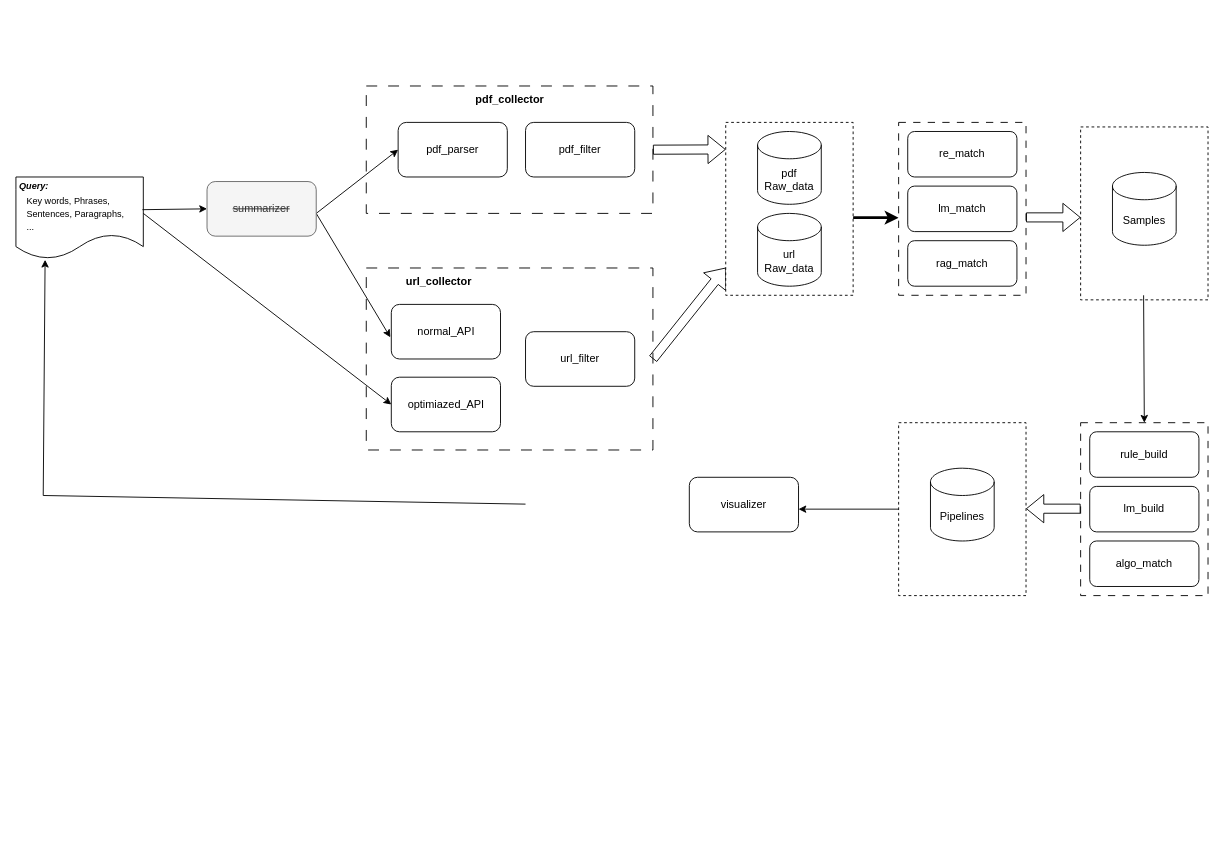
AgenticFinLab/FinMycelium keeps this draw.io diagram as docs/files/data-pipeline.drawio. Above is the earlier version. Source tidied: cells renumbered, new cells numbered last; positions are measured from the earlier drawing's top-left corner, leaving out a move shared by most shapes. Both pictures are drawn from the tidied source at 91%, with x=0, y=0 at pixel (15, 86).
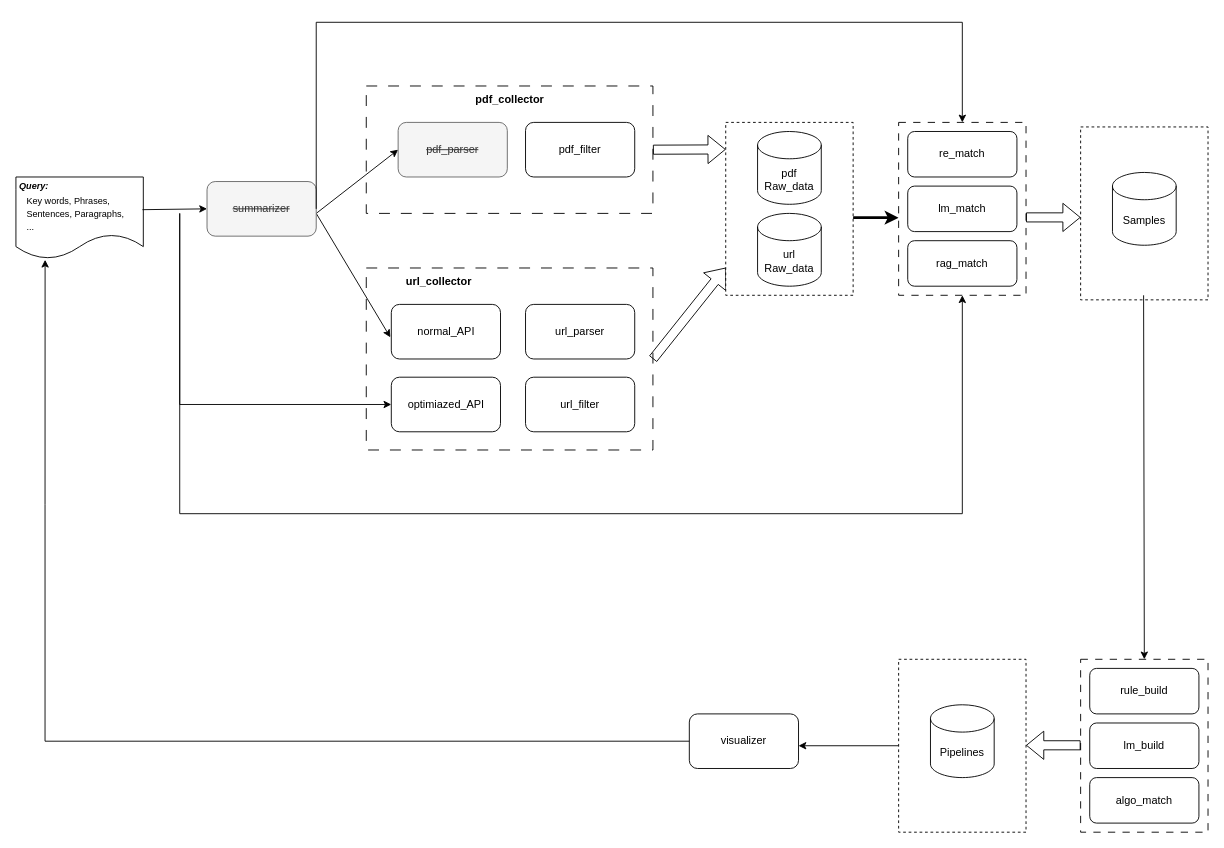
The same diagram, later.

Unchanged cells that the change refers to:
```xml
<mxCell id="4" style="shape=document;whiteSpace=wrap;html=1;boundedLbl=1;" parent="1" vertex="1">
  <mxGeometry y="100" width="140" height="90" as="geometry" />
</mxCell>
<mxCell id="17" style="rounded=0;whiteSpace=wrap;html=1;dashed=1;dashPattern=8 8;" parent="1" vertex="1">
  <mxGeometry x="970" y="40" width="140" height="190" as="geometry" />
</mxCell>
<mxCell id="35" value="&lt;strike&gt;summarizer&lt;/strike&gt;" style="rounded=1;whiteSpace=wrap;html=1;fillColor=#f5f5f5;fontColor=#333333;strokeColor=#666666;" parent="1" vertex="1">
  <mxGeometry x="210" y="105" width="120" height="60" as="geometry" />
</mxCell>
<mxCell id="40" value="optimiazed_API" style="rounded=1;whiteSpace=wrap;html=1;" parent="1" vertex="1">
  <mxGeometry x="412.5" y="320" width="120" height="60" as="geometry" />
</mxCell>
```

What changed in the source:
```diff
@@
-    <mxCell id="8" value="pdf_parser" style="rounded=1;whiteSpace=wrap;html=1;" parent="1" vertex="1">
+    <mxCell id="8" value="&lt;strike&gt;pdf_parser&lt;/strike&gt;" style="rounded=1;whiteSpace=wrap;html=1;fillColor=#f5f5f5;fontColor=#333333;strokeColor=#666666;" parent="1" vertex="1">
       <mxGeometry x="420" y="40" width="120" height="60" as="geometry" />
     </mxCell>
@@
     <mxCell id="24" style="rounded=0;whiteSpace=wrap;html=1;dashed=1;dashPattern=8 8;" parent="1" vertex="1">
-      <mxGeometry x="1170" y="370" width="140" height="190" as="geometry" />
+      <mxGeometry x="1170" y="630" width="140" height="190" as="geometry" />
     </mxCell>
     <mxCell id="25" value="rule_build" style="rounded=1;whiteSpace=wrap;html=1;" parent="1" vertex="1">
-      <mxGeometry x="1180" y="380" width="120" height="50" as="geometry" />
+      <mxGeometry x="1180" y="640" width="120" height="50" as="geometry" />
     </mxCell>
     <mxCell id="26" value="lm_build" style="rounded=1;whiteSpace=wrap;html=1;" parent="1" vertex="1">
-      <mxGeometry x="1180" y="440" width="120" height="50" as="geometry" />
+      <mxGeometry x="1180" y="700" width="120" height="50" as="geometry" />
     </mxCell>
     <mxCell id="27" value="algo_match" style="rounded=1;whiteSpace=wrap;html=1;" parent="1" vertex="1">
-      <mxGeometry x="1180" y="500" width="120" height="50" as="geometry" />
+      <mxGeometry x="1180" y="760" width="120" height="50" as="geometry" />
     </mxCell>
@@
     <mxCell id="29" style="rounded=0;whiteSpace=wrap;html=1;dashed=1;" parent="1" vertex="1">
-      <mxGeometry x="970" y="370" width="140" height="190" as="geometry" />
+      <mxGeometry x="970" y="630" width="140" height="190" as="geometry" />
     </mxCell>
     <mxCell id="30" value="Pipelines" style="shape=cylinder3;whiteSpace=wrap;html=1;boundedLbl=1;backgroundOutline=1;size=15;" parent="1" vertex="1">
-      <mxGeometry x="1005" y="420" width="70" height="80" as="geometry" />
+      <mxGeometry x="1005" y="680" width="70" height="80" as="geometry" />
     </mxCell>
     <mxCell id="31" style="shape=flexArrow;endArrow=classic;html=1;rounded=0;" parent="1" edge="1">
       <mxGeometry relative="1" as="geometry">
-        <mxPoint x="1170" y="464.5" as="sourcePoint" />
-        <mxPoint x="1110" y="464.5" as="targetPoint" />
+        <mxPoint x="1170" y="724.5" as="sourcePoint" />
+        <mxPoint x="1110" y="724.5" as="targetPoint" />
       </mxGeometry>
     </mxCell>
     <mxCell id="32" value="visualizer" style="rounded=1;whiteSpace=wrap;html=1;" parent="1" vertex="1">
-      <mxGeometry x="740" y="430" width="120" height="60" as="geometry" />
+      <mxGeometry x="740" y="690" width="120" height="60" as="geometry" />
     </mxCell>
     <mxCell id="33" style="endArrow=classic;html=1;rounded=0;exitX=0;exitY=0.5;exitDx=0;exitDy=0;" parent="1" edge="1" source="29">
       <mxGeometry relative="1" as="geometry">
-        <mxPoint x="860" y="465" as="targetPoint" />
+        <mxPoint x="860" y="725" as="targetPoint" />
       </mxGeometry>
     </mxCell>
-    <mxCell id="34" style="endArrow=classic;html=1;rounded=0;exitX=0;exitY=0.5;exitDx=0;exitDy=0;entryX=0.229;entryY=1.011;entryDx=0;entryDy=0;entryPerimeter=0;" parent="1" edge="1" target="4">
+    <mxCell id="34" style="endArrow=classic;html=1;rounded=0;exitX=0;exitY=0.5;exitDx=0;exitDy=0;entryX=0.229;entryY=1.011;entryDx=0;entryDy=0;entryPerimeter=0;" parent="1" edge="1" source="32" target="4">
       <mxGeometry relative="1" as="geometry">
-        <mxPoint x="560" y="459.5" as="sourcePoint" />
         <Array as="points">
-          <mxPoint x="30" y="450" />
+          <mxPoint x="32" y="720" />
+          <mxPoint x="32" y="460" />
         </Array>
       </mxGeometry>
     </mxCell>
@@
     <mxCell id="41" style="endArrow=classic;html=1;rounded=0;entryX=0;entryY=0.5;entryDx=0;entryDy=0;" parent="1" edge="1" target="40">
       <mxGeometry relative="1" as="geometry">
-        <mxPoint x="140" y="140" as="sourcePoint" />
+        <mxPoint x="180" y="140" as="sourcePoint" />
+        <Array as="points">
+          <mxPoint x="180" y="350" />
+        </Array>
       </mxGeometry>
     </mxCell>
     <mxCell id="42" value="url_filter" style="rounded=1;whiteSpace=wrap;html=1;" parent="1" vertex="1">
-      <mxGeometry x="560" y="270" width="120" height="60" as="geometry" />
+      <mxGeometry x="560" y="320" width="120" height="60" as="geometry" />
     </mxCell>
+    <mxCell id="43" value="url_parser" style="rounded=1;whiteSpace=wrap;html=1;" parent="1" vertex="1">
+      <mxGeometry x="560" y="240" width="120" height="60" as="geometry" />
+    </mxCell>
+    <mxCell id="44" style="endArrow=classic;html=1;rounded=0;entryX=0.5;entryY=1;entryDx=0;entryDy=0;" parent="1" edge="1" target="17">
+      <mxGeometry relative="1" as="geometry">
+        <mxPoint x="180" y="140" as="sourcePoint" />
+        <Array as="points">
+          <mxPoint x="180" y="470" />
+          <mxPoint x="1040" y="470" />
+        </Array>
+      </mxGeometry>
+    </mxCell>
+    <mxCell id="45" style="endArrow=classic;html=1;rounded=0;exitX=1;exitY=0.5;exitDx=0;exitDy=0;entryX=0.5;entryY=0;entryDx=0;entryDy=0;" parent="1" edge="1" source="35" target="17">
+      <mxGeometry relative="1" as="geometry">
+        <Array as="points">
+          <mxPoint x="330" y="-70" />
+          <mxPoint x="1040" y="-70" />
+        </Array>
+      </mxGeometry>
+    </mxCell>
```
